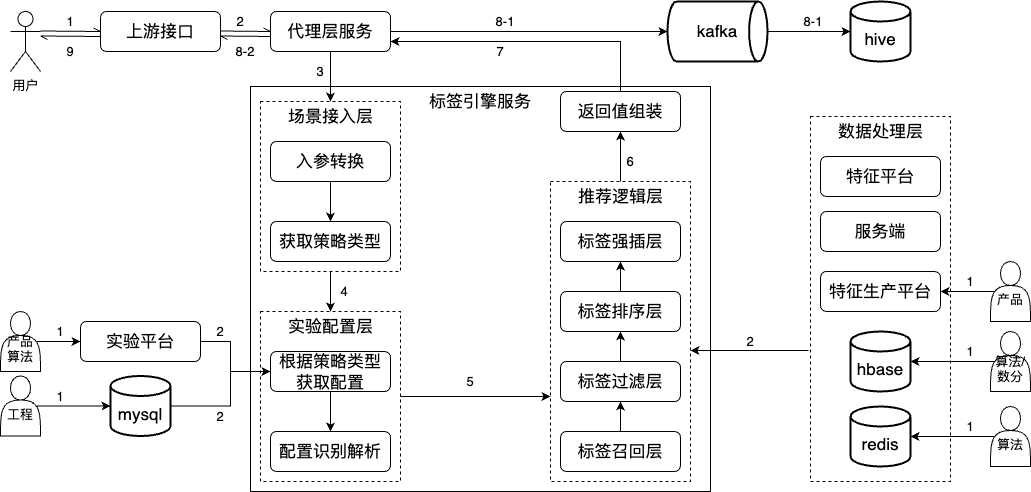
Above: work-draw-file/标签平台数据链路图.png in liujunao/draw-data (draw.io), before the change. Source tidied: cells renumbered, new cells last; positions are measured from the earlier drawing's top-left corner, leaving out a move shared by most shapes.
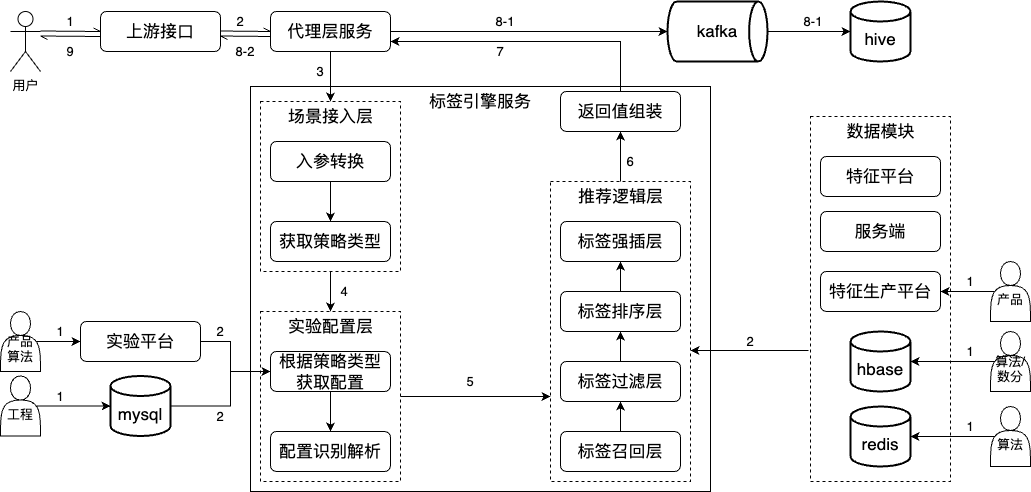
The same file after the commit.

Commit message:
更新标签平台数据链路图.png

Change to the diagram source:
```diff
@@ -114,7 +114,7 @@
     <mxCell id="35" value="&lt;br&gt;&lt;font size=&quot;3&quot;&gt;hbase&lt;/font&gt;" style="strokeWidth=2;html=1;shape=mxgraph.flowchart.database;whiteSpace=wrap;" parent="1" vertex="1">
       <mxGeometry x="850" y="330" width="60" height="60" as="geometry" />
     </mxCell>
-    <mxCell id="36" value="&lt;font size=&quot;3&quot;&gt;数据处理层&lt;/font&gt;" style="text;html=1;strokeColor=none;fillColor=none;align=center;verticalAlign=middle;whiteSpace=wrap;rounded=0;" parent="1" vertex="1">
+    <mxCell id="36" value="&lt;font size=&quot;3&quot;&gt;数据模块&lt;/font&gt;" style="text;html=1;strokeColor=none;fillColor=none;align=center;verticalAlign=middle;whiteSpace=wrap;rounded=0;" parent="1" vertex="1">
       <mxGeometry x="827.5" y="115" width="105" height="30" as="geometry" />
     </mxCell>
     <mxCell id="37" value="&lt;br&gt;&lt;font size=&quot;3&quot;&gt;redis&lt;/font&gt;" style="strokeWidth=2;html=1;shape=mxgraph.flowchart.database;whiteSpace=wrap;" parent="1" vertex="1">
```
